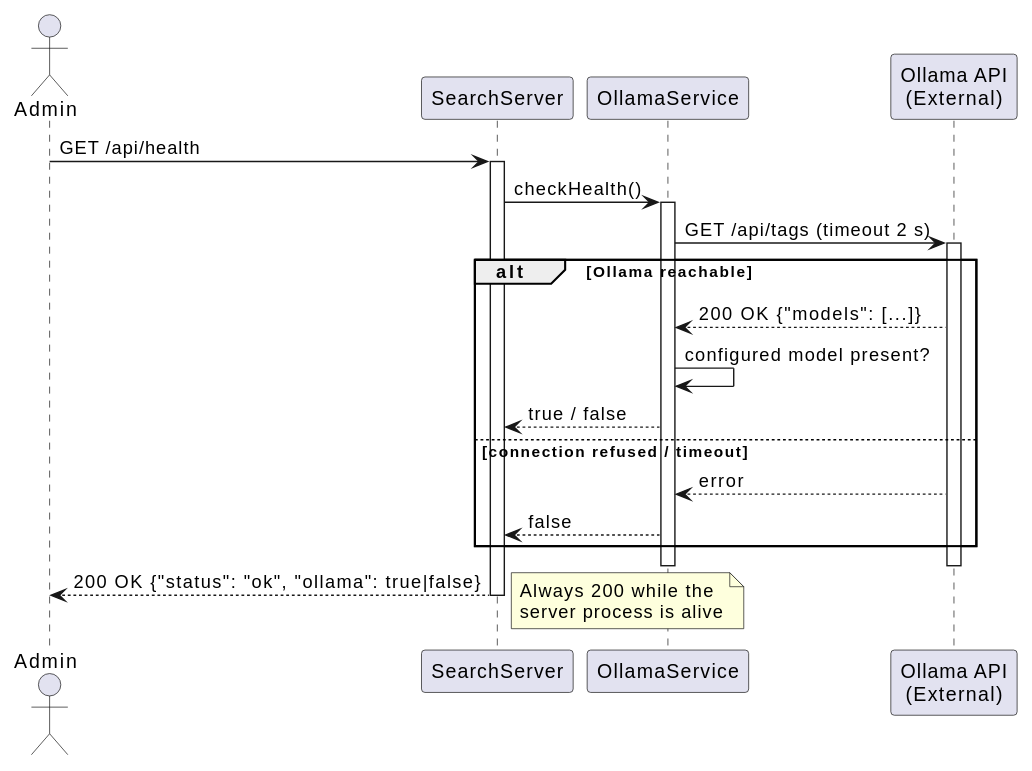
Above: docs/diagrams/svg/sequence_diagram_health.svg in fannulain/Concurrent-Search-Engine (PlantUML), before the change.
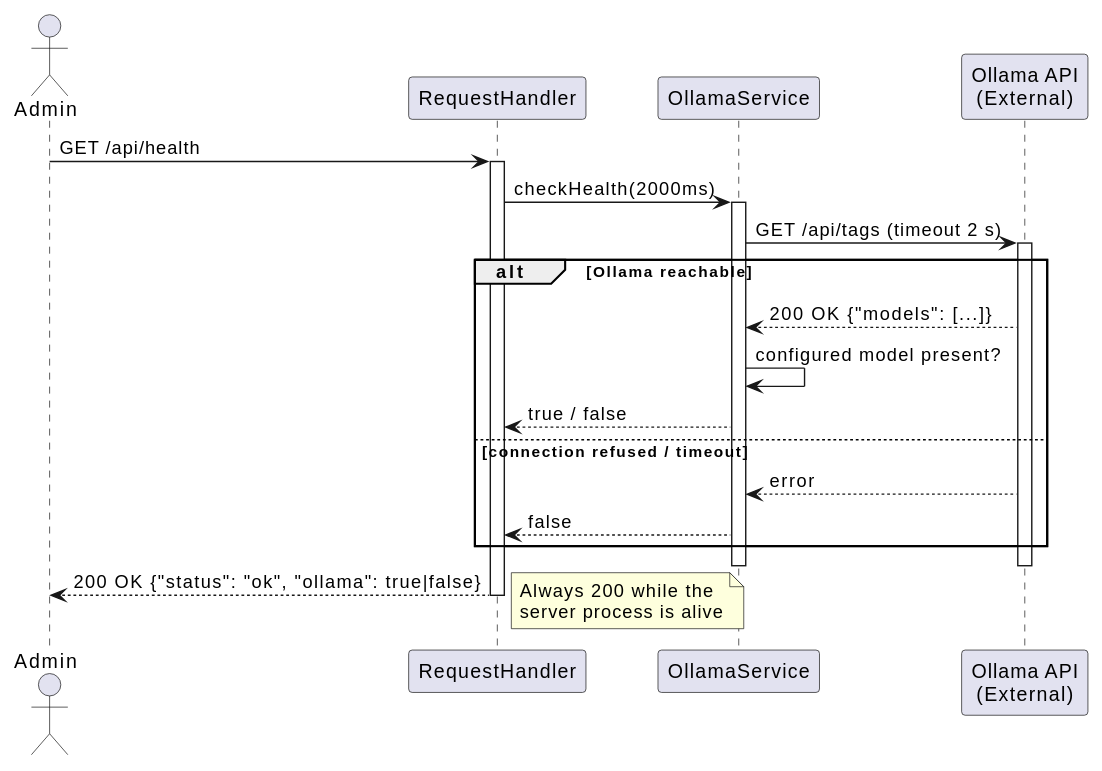
After the commit.

Commit message:
docs: sync UML class and sequence diagrams with final implementation

Change to the diagram source:
```diff
@@ -1,26 +1,26 @@
 @startuml
 actor Admin
-participant "SearchServer" as Server
+participant "RequestHandler" as Handler
 participant "OllamaService" as OllamaSvc
 participant "Ollama API\n(External)" as OllamaAPI
 
-Admin -> Server : GET /api/health
-activate Server
-Server -> OllamaSvc : checkHealth()
+Admin -> Handler : GET /api/health
+activate Handler
+Handler -> OllamaSvc : checkHealth(2000ms)
 activate OllamaSvc
 OllamaSvc -> OllamaAPI : GET /api/tags (timeout 2 s)
 activate OllamaAPI
 alt Ollama reachable
     OllamaAPI --> OllamaSvc : 200 OK {"models": [...]}
     OllamaSvc -> OllamaSvc : configured model present?
-    OllamaSvc --> Server : true / false
+    OllamaSvc --> Handler : true / false
 else connection refused / timeout
     OllamaAPI --> OllamaSvc : error
-    OllamaSvc --> Server : false
+    OllamaSvc --> Handler : false
 end
 deactivate OllamaAPI
 deactivate OllamaSvc
-Server --> Admin : 200 OK {"status": "ok", "ollama": true|false}
+Handler --> Admin : 200 OK {"status": "ok", "ollama": true|false}
 note right: Always 200 while the\nserver process is alive
-deactivate Server
+deactivate Handler
 @enduml
```
